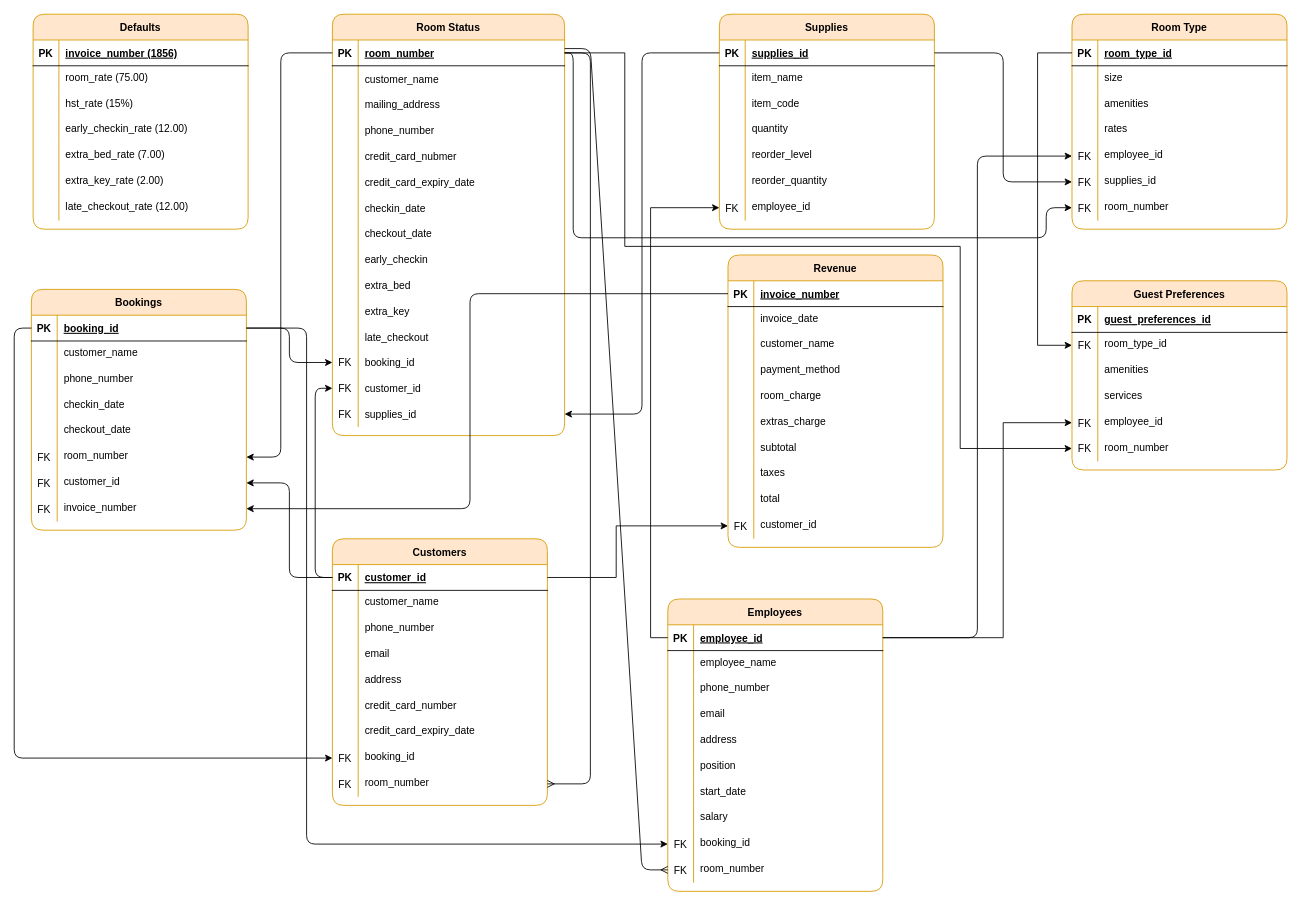
The draw.io diagram Untitled Diagram.drawio in Altrocore/QAP-4-FIles-DS, before the edit. Source tidied: cells renumbered, new cells numbered last; positions are measured from the earlier drawing's top-left corner, leaving out a move shared by most shapes. Both pictures are drawn from the tidied source at 86%, with x=0, y=0 at pixel (31, 14).
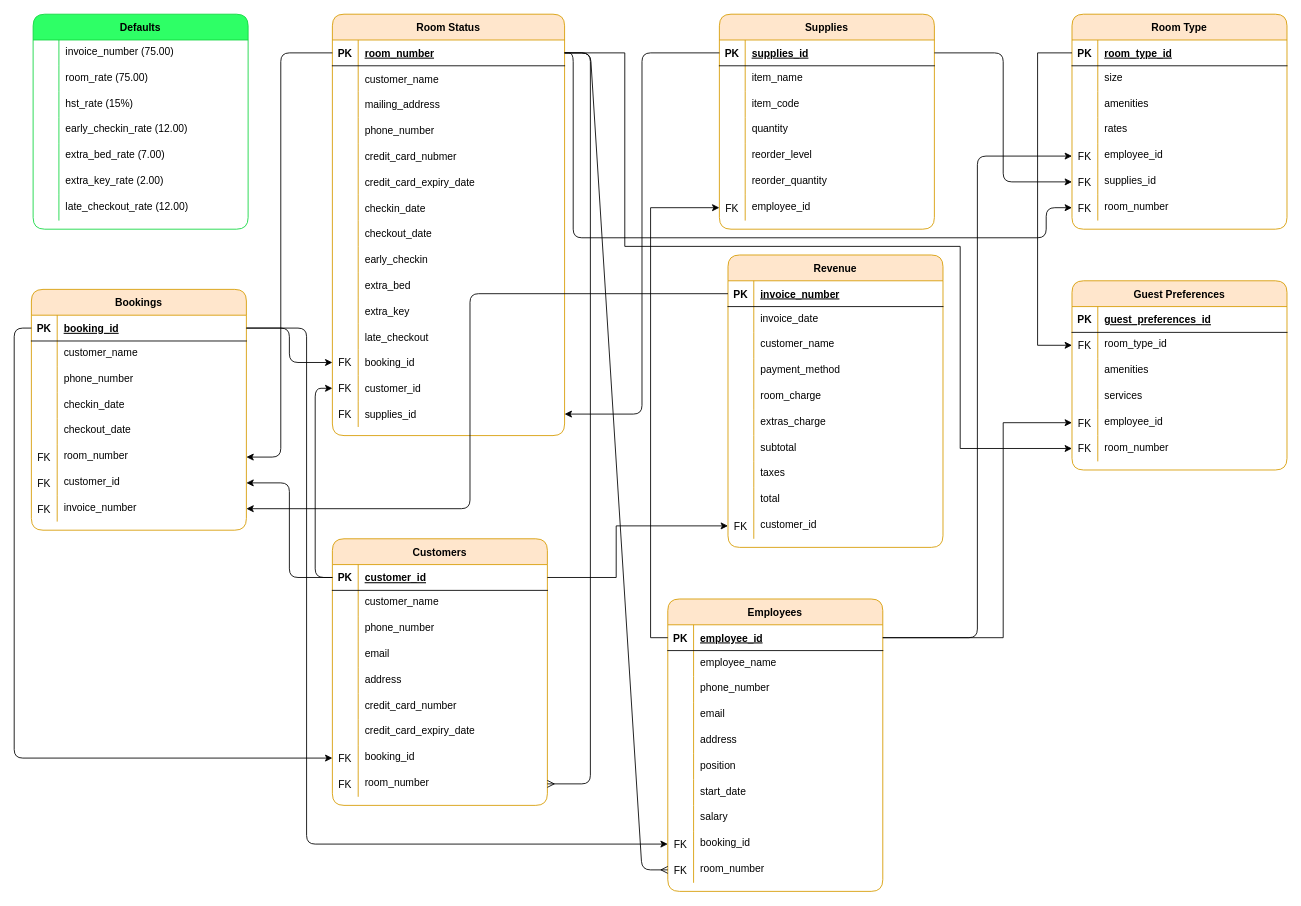
The same diagram, later.

Unchanged cells that the change refers to:
```xml
<mxCell id="3" style="shape=partialRectangle;fillColor=none;points=[[0,0.5],[1,0.5]];portConstraint=eastwest;top=0;left=0;right=0;bottom=1;rounded=1;" parent="2" vertex="1">
  <mxGeometry y="30" width="270" height="30" as="geometry" />
</mxCell>
<mxCell id="208" style="shape=partialRectangle;fillColor=none;points=[[0,0.5],[1,0.5]];portConstraint=eastwest;top=0;left=0;right=0;bottom=0;rounded=1;" parent="180" vertex="1">
  <mxGeometry y="300" width="250" height="30" as="geometry" />
</mxCell>
```

Change to the diagram source:
```diff
@@
-    <mxCell id="48" value="Defaults" style="shape=table;startSize=30;childLayout=tableLayout;rowLines=0;fontStyle=1;align=center;fillColor=#ffe6cc;strokeColor=#d79b00;rounded=1;" parent="1" vertex="1">
+    <mxCell id="48" value="Defaults" style="shape=table;startSize=30;childLayout=tableLayout;rowLines=0;fontStyle=1;align=center;fillColor=#2EFF66;strokeColor=#11D73F;rounded=1;" parent="1" vertex="1">
       <mxGeometry x="2" width="250" height="250" as="geometry" />
     </mxCell>
-    <mxCell id="49" style="shape=partialRectangle;fillColor=none;top=0;left=0;right=0;bottom=1;rounded=1;" parent="48" vertex="1">
-      <mxGeometry y="30" width="250" height="30" as="geometry" />
-    </mxCell>
-    <mxCell id="50" value="PK" style="shape=partialRectangle;overflow=hidden;fillColor=none;top=0;left=0;bottom=0;right=0;fontStyle=1;rounded=1;" parent="49" vertex="1">
-      <mxGeometry width="30" height="30" as="geometry" />
-    </mxCell>
-    <mxCell id="51" value="invoice_number (1856)" style="shape=partialRectangle;overflow=hidden;fillColor=none;top=0;left=0;bottom=0;right=0;align=left;spacingLeft=6;fontStyle=5;rounded=1;" parent="49" vertex="1">
-      <mxGeometry x="30" width="220" height="30" as="geometry" />
-    </mxCell>
+    <mxCell id="266" style="shape=partialRectangle;fillColor=none;top=0;left=0;right=0;bottom=0;rounded=1;" parent="48" vertex="1">
+      <mxGeometry y="30" width="250" height="30" as="geometry" />
+    </mxCell>
+    <mxCell id="267" style="shape=partialRectangle;overflow=hidden;fillColor=none;top=0;left=0;bottom=0;right=0;rounded=1;" parent="266" vertex="1">
+      <mxGeometry width="30" height="30" as="geometry" />
+    </mxCell>
+    <mxCell id="268" value="invoice_number (75.00)" style="shape=partialRectangle;overflow=hidden;fillColor=none;top=0;left=0;bottom=0;right=0;align=left;spacingLeft=6;verticalAlign=top;rounded=1;" parent="266" vertex="1">
+      <mxGeometry x="30" width="220" height="30" as="geometry" />
+    </mxCell>
@@
-    <mxCell id="262" style="edgeStyle=entityRelationEdgeStyle;fontSize=12;html=1;endArrow=ERmany;rounded=1;hachureGap=4;fontFamily=Architects Daughter;entryX=0;entryY=0.5;entryDx=0;entryDy=0;" parent="1" edge="1" target="208">
-      <mxGeometry relative="1" as="geometry">
-        <mxPoint x="620" y="40" as="sourcePoint" />
-      </mxGeometry>
+    <mxCell id="262" style="edgeStyle=entityRelationEdgeStyle;fontSize=12;html=1;endArrow=ERmany;rounded=1;hachureGap=4;fontFamily=Architects Daughter;entryX=0;entryY=0.5;entryDx=0;entryDy=0;" parent="1" edge="1" source="3" target="208">
+      <mxGeometry relative="1" as="geometry" />
     </mxCell>
```
